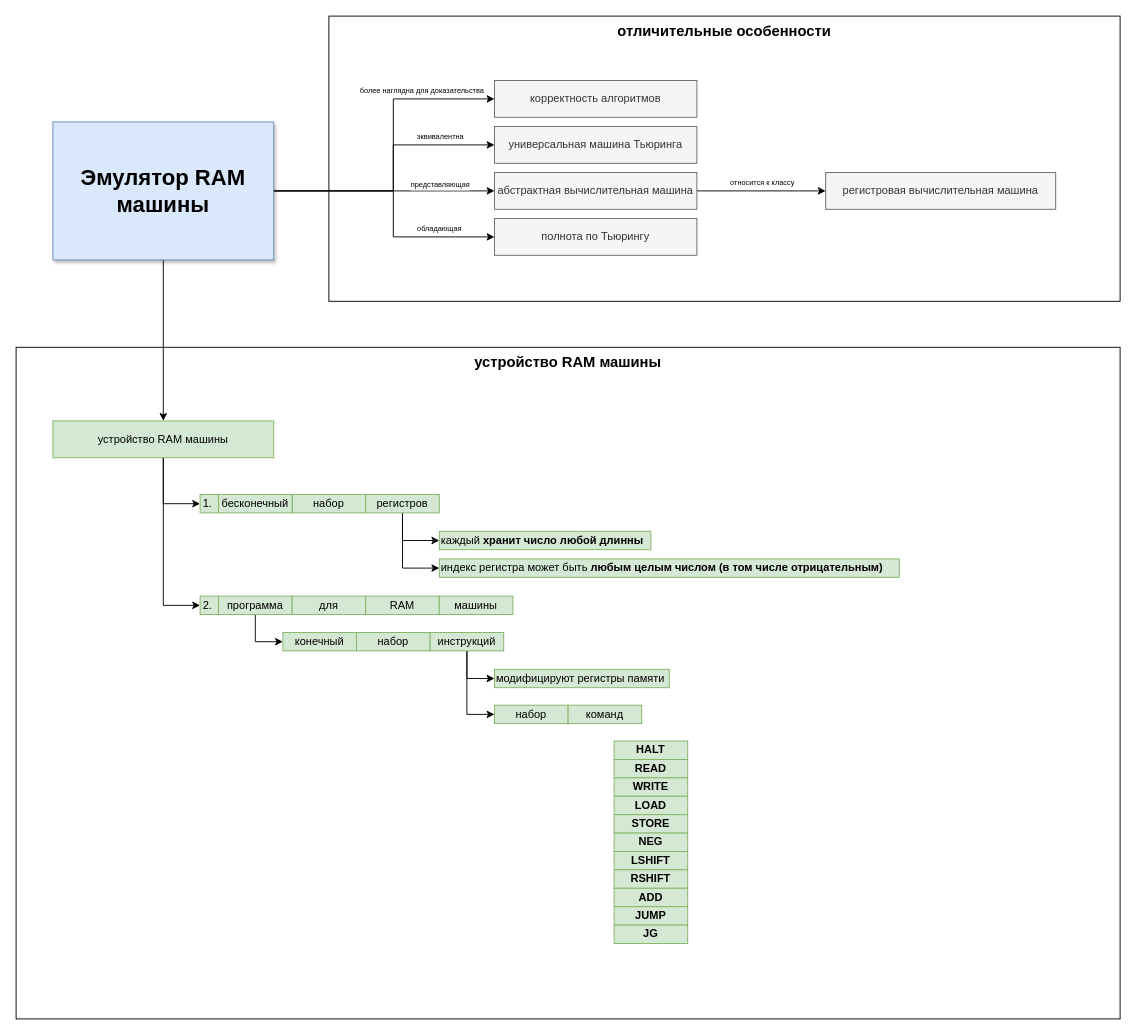
Above: otus_algo_club/algo_2019_04/_2019_04_30_otus_algo_01/docs/docs.drawio in timurkashapov/otus (draw.io), before the change. Source tidied: cells renumbered, new cells numbered last; positions are measured from the earlier drawing's top-left corner, leaving out a move shared by most shapes. Both pictures are drawn from the tidied source at 92%, with x=0, y=0 at pixel (16, 16).
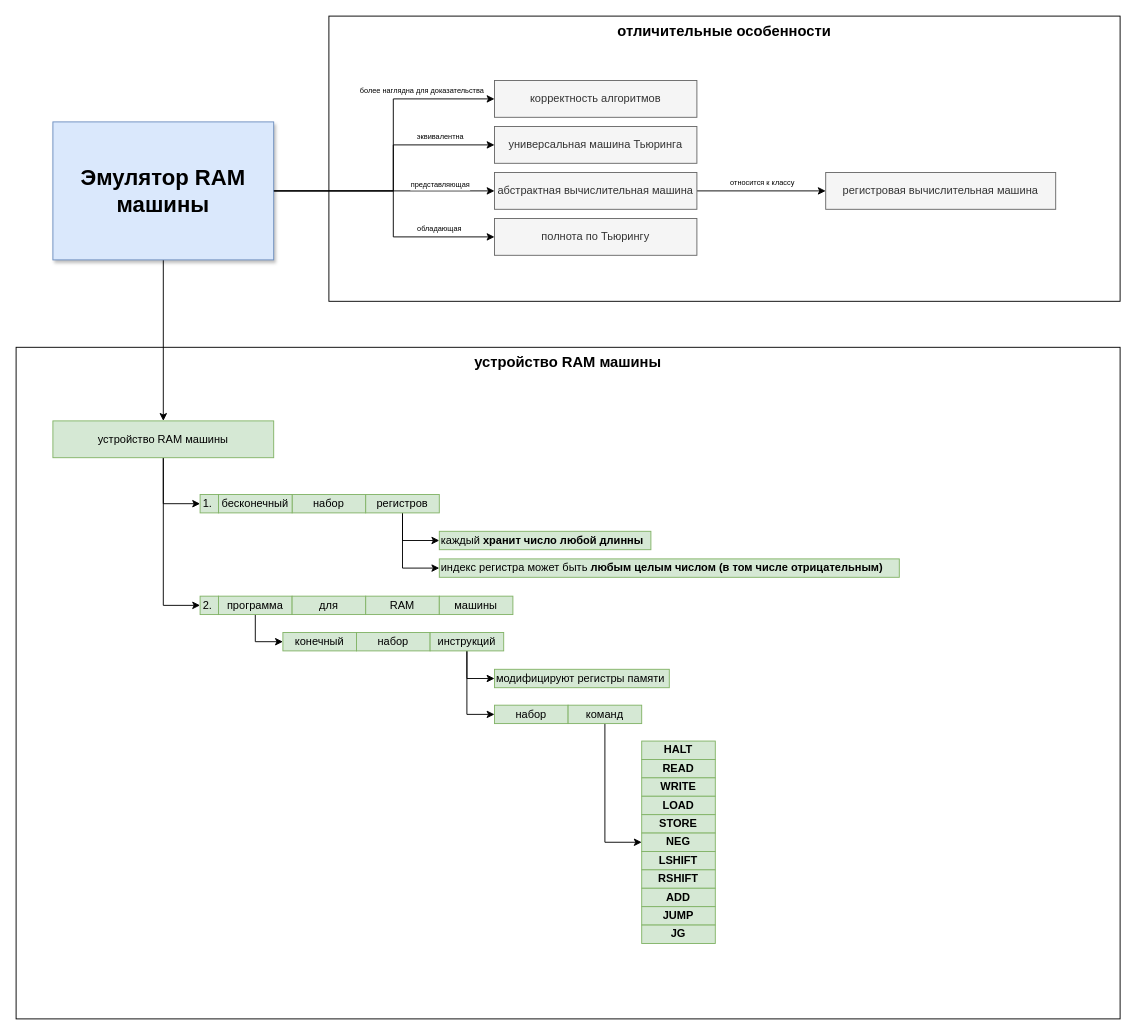
Above is the later version.

Unchanged cells that the change refers to:
```xml
<mxCell id="45" value="команд" style="text;html=1;strokeColor=#82b366;fillColor=#d5e8d4;align=center;verticalAlign=middle;whiteSpace=wrap;rounded=0;fontSize=12;" parent="1" vertex="1">
  <mxGeometry x="600" y="749" width="80" height="20" as="geometry" />
</mxCell>
```

Diff of the diagram source:
```diff
@@
+    <mxCell id="57" style="edgeStyle=orthogonalEdgeStyle;rounded=0;jettySize=auto;html=1;exitX=0.5;exitY=1;exitDx=0;exitDy=0;entryX=0;entryY=0.5;entryDx=0;entryDy=0;" parent="1" edge="1" source="45" target="51">
+      <mxGeometry relative="1" as="geometry" />
+    </mxCell>
@@
     <mxCell id="46" value="&lt;b&gt;HALT&lt;/b&gt;" style="text;html=1;strokeColor=#82b366;fillColor=#d5e8d4;align=center;verticalAlign=middle;whiteSpace=wrap;rounded=0;fontSize=12;" parent="1" vertex="1">
-      <mxGeometry x="650" y="788" width="80" height="20" as="geometry" />
+      <mxGeometry x="680" y="788" width="80" height="20" as="geometry" />
     </mxCell>
     <mxCell id="47" value="&lt;b&gt;READ&lt;/b&gt;" style="text;html=1;strokeColor=#82b366;fillColor=#d5e8d4;align=center;verticalAlign=middle;whiteSpace=wrap;rounded=0;fontSize=12;" parent="1" vertex="1">
-      <mxGeometry x="650" y="808" width="80" height="20" as="geometry" />
+      <mxGeometry x="680" y="808" width="80" height="20" as="geometry" />
     </mxCell>
     <mxCell id="48" value="&lt;b&gt;WRITE&lt;/b&gt;" style="text;html=1;strokeColor=#82b366;fillColor=#d5e8d4;align=center;verticalAlign=middle;whiteSpace=wrap;rounded=0;fontSize=12;" parent="1" vertex="1">
-      <mxGeometry x="650" y="828" width="80" height="20" as="geometry" />
+      <mxGeometry x="680" y="828" width="80" height="20" as="geometry" />
     </mxCell>
     <mxCell id="49" value="&lt;b&gt;LOAD&lt;/b&gt;" style="text;html=1;strokeColor=#82b366;fillColor=#d5e8d4;align=center;verticalAlign=middle;whiteSpace=wrap;rounded=0;fontSize=12;" parent="1" vertex="1">
-      <mxGeometry x="650" y="848" width="80" height="20" as="geometry" />
+      <mxGeometry x="680" y="848" width="80" height="20" as="geometry" />
     </mxCell>
     <mxCell id="50" value="&lt;b&gt;STORE&lt;/b&gt;" style="text;html=1;strokeColor=#82b366;fillColor=#d5e8d4;align=center;verticalAlign=middle;whiteSpace=wrap;rounded=0;fontSize=12;" parent="1" vertex="1">
-      <mxGeometry x="650" y="868" width="80" height="20" as="geometry" />
+      <mxGeometry x="680" y="868" width="80" height="20" as="geometry" />
     </mxCell>
     <mxCell id="51" value="&lt;b&gt;NEG&lt;/b&gt;" style="text;html=1;strokeColor=#82b366;fillColor=#d5e8d4;align=center;verticalAlign=middle;whiteSpace=wrap;rounded=0;fontSize=12;" parent="1" vertex="1">
-      <mxGeometry x="650" y="888" width="80" height="20" as="geometry" />
+      <mxGeometry x="680" y="888" width="80" height="20" as="geometry" />
     </mxCell>
     <mxCell id="52" value="&lt;b&gt;LSHIFT&lt;/b&gt;" style="text;html=1;strokeColor=#82b366;fillColor=#d5e8d4;align=center;verticalAlign=middle;whiteSpace=wrap;rounded=0;fontSize=12;" parent="1" vertex="1">
-      <mxGeometry x="650" y="908" width="80" height="20" as="geometry" />
+      <mxGeometry x="680" y="908" width="80" height="20" as="geometry" />
     </mxCell>
     <mxCell id="53" value="&lt;b&gt;RSHIFT&lt;/b&gt;" style="text;html=1;strokeColor=#82b366;fillColor=#d5e8d4;align=center;verticalAlign=middle;whiteSpace=wrap;rounded=0;fontSize=12;" parent="1" vertex="1">
-      <mxGeometry x="650" y="928" width="80" height="20" as="geometry" />
+      <mxGeometry x="680" y="928" width="80" height="20" as="geometry" />
     </mxCell>
     <mxCell id="54" value="&lt;b&gt;ADD&lt;/b&gt;" style="text;html=1;strokeColor=#82b366;fillColor=#d5e8d4;align=center;verticalAlign=middle;whiteSpace=wrap;rounded=0;fontSize=12;" parent="1" vertex="1">
-      <mxGeometry x="650" y="948" width="80" height="20" as="geometry" />
+      <mxGeometry x="680" y="948" width="80" height="20" as="geometry" />
     </mxCell>
     <mxCell id="55" value="&lt;b&gt;JUMP&lt;/b&gt;" style="text;html=1;strokeColor=#82b366;fillColor=#d5e8d4;align=center;verticalAlign=middle;whiteSpace=wrap;rounded=0;fontSize=12;" parent="1" vertex="1">
-      <mxGeometry x="650" y="968" width="80" height="20" as="geometry" />
+      <mxGeometry x="680" y="968" width="80" height="20" as="geometry" />
     </mxCell>
     <mxCell id="56" value="&lt;b&gt;JG&lt;/b&gt;" style="text;html=1;strokeColor=#82b366;fillColor=#d5e8d4;align=center;verticalAlign=middle;whiteSpace=wrap;rounded=0;fontSize=12;" parent="1" vertex="1">
-      <mxGeometry x="650" y="988" width="80" height="20" as="geometry" />
+      <mxGeometry x="680" y="988" width="80" height="20" as="geometry" />
     </mxCell>
```
